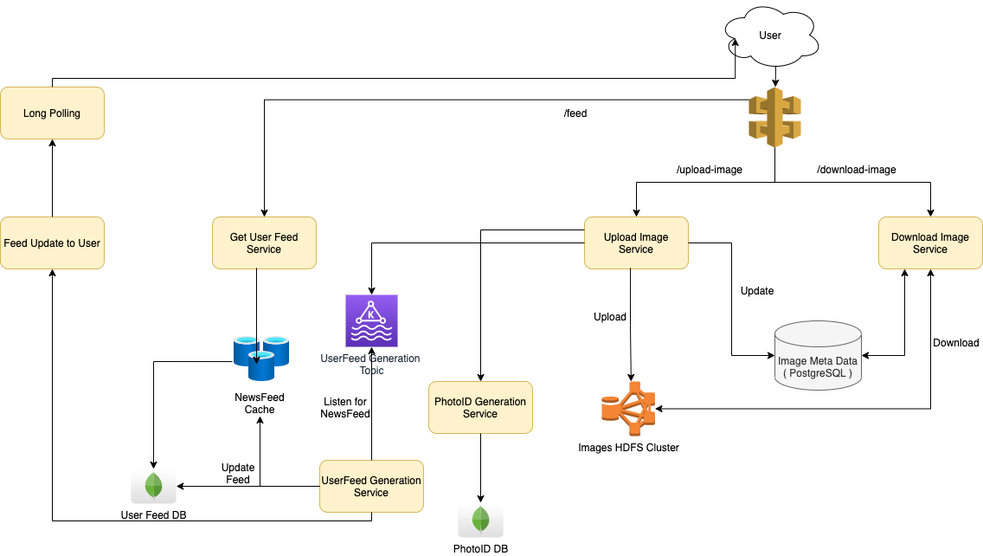
Anshul619/HLD-System-Designs keeps this draw.io diagram as src/3_HLDDesignProblems/InstagramDesign/HLD - Instagram .drawio.png. Above is the earlier version. Source tidied: cells renumbered, new cells last; positions are measured from the earlier drawing's top-left corner, leaving out a move shared by most shapes.
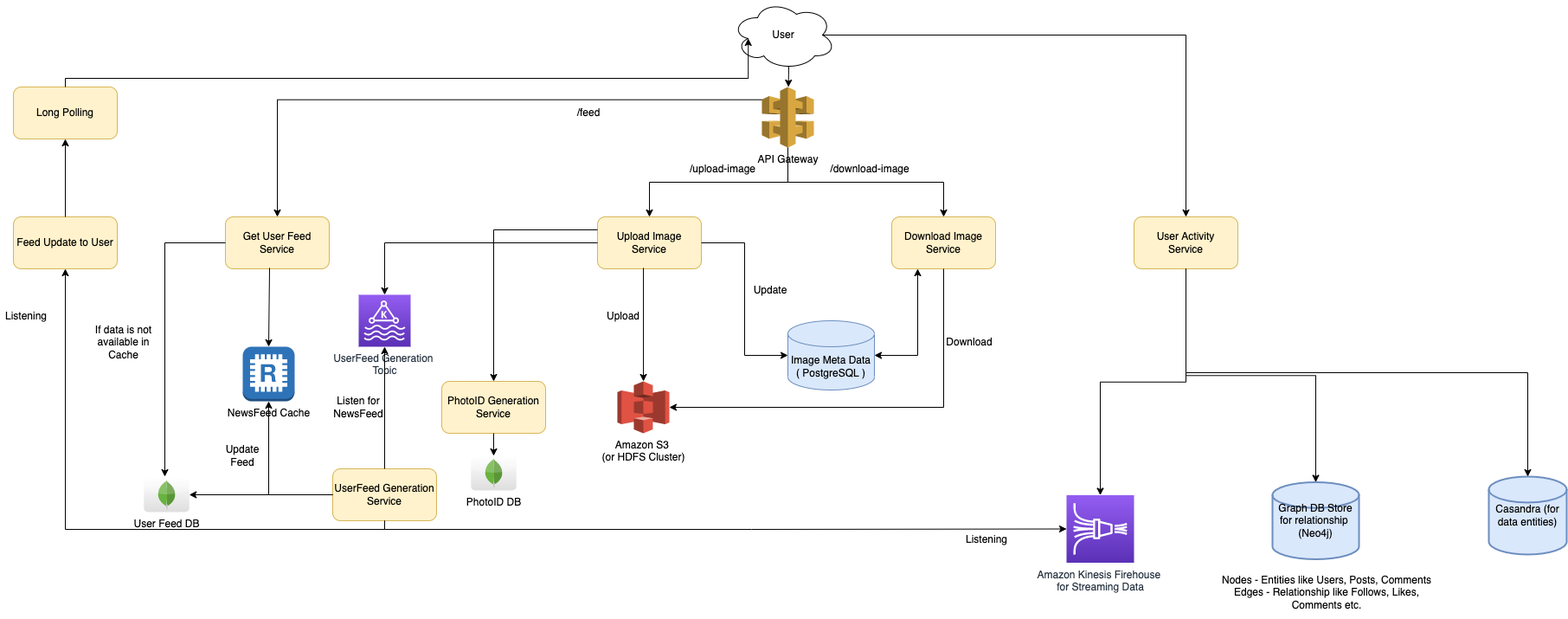
Later version of the same file.

Commit message:
Instagram Design

The edit, as a diff of the source:
```diff
@@ -11,7 +11,7 @@
     <mxCell id="4" value="Download Image Service" style="rounded=1;whiteSpace=wrap;html=1;fillColor=#fff2cc;strokeColor=#d6b656;" parent="1" vertex="1">
       <mxGeometry x="1015" y="250" width="120" height="60" as="geometry" />
     </mxCell>
-    <mxCell id="5" style="outlineConnect=0;dashed=0;verticalLabelPosition=bottom;verticalAlign=top;align=center;html=1;shape=mxgraph.aws3.api_gateway;fillColor=#D9A741;gradientColor=none;" parent="1" vertex="1">
+    <mxCell id="5" value="API Gateway" style="outlineConnect=0;dashed=0;verticalLabelPosition=bottom;verticalAlign=top;align=center;html=1;shape=mxgraph.aws3.api_gateway;fillColor=#D9A741;gradientColor=none;" parent="1" vertex="1">
       <mxGeometry x="865" y="100" width="60" height="70" as="geometry" />
     </mxCell>
     <mxCell id="6" style="endArrow=classic;html=1;rounded=0;exitX=0.55;exitY=0.95;exitDx=0;exitDy=0;exitPerimeter=0;" parent="1" edge="1" source="2" target="5">
@@ -29,22 +29,19 @@
     <mxCell id="10" value="/download-image" style="text;html=1;strokeColor=none;fillColor=none;align=center;verticalAlign=middle;whiteSpace=wrap;rounded=0;" parent="1" vertex="1">
       <mxGeometry x="925" y="180" width="130" height="30" as="geometry" />
     </mxCell>
-    <mxCell id="11" value="Images HDFS Cluster" style="outlineConnect=0;dashed=0;verticalLabelPosition=bottom;verticalAlign=top;align=center;html=1;shape=mxgraph.aws3.hdfs_cluster;fillColor=#F58534;gradientColor=none;" parent="1" vertex="1">
-      <mxGeometry x="695" y="440" width="61.5" height="63" as="geometry" />
-    </mxCell>
-    <mxCell id="12" style="endArrow=classic;html=1;rounded=0;exitX=0.442;exitY=0.983;exitDx=0;exitDy=0;exitPerimeter=0;entryX=0.55;entryY=0;entryDx=0;entryDy=0;entryPerimeter=0;edgeStyle=orthogonalEdgeStyle;" parent="1" edge="1" source="3" target="11">
+    <mxCell id="12" style="endArrow=classic;html=1;rounded=0;exitX=0.442;exitY=0.983;exitDx=0;exitDy=0;exitPerimeter=0;edgeStyle=orthogonalEdgeStyle;" parent="1" edge="1" source="3" target="59">
       <mxGeometry relative="1" as="geometry" />
     </mxCell>
     <mxCell id="13" value="Upload" style="text;html=1;strokeColor=none;fillColor=none;align=center;verticalAlign=middle;whiteSpace=wrap;rounded=0;" parent="1" vertex="1">
       <mxGeometry x="675" y="350" width="60" height="30" as="geometry" />
     </mxCell>
-    <mxCell id="14" style="endArrow=classic;startArrow=classic;html=1;rounded=0;entryX=0.5;entryY=1;entryDx=0;entryDy=0;edgeStyle=orthogonalEdgeStyle;" parent="1" edge="1" source="11" target="4">
+    <mxCell id="14" style="endArrow=none;startArrow=classic;html=1;rounded=0;entryX=0.5;entryY=1;entryDx=0;entryDy=0;edgeStyle=orthogonalEdgeStyle;endFill=0;exitX=1;exitY=0.5;exitDx=0;exitDy=0;exitPerimeter=0;" parent="1" edge="1" source="59" target="4">
       <mxGeometry relative="1" as="geometry" />
     </mxCell>
     <mxCell id="15" value="Download" style="text;html=1;strokeColor=none;fillColor=none;align=center;verticalAlign=middle;whiteSpace=wrap;rounded=0;" parent="1" vertex="1">
       <mxGeometry x="1075" y="380" width="60" height="30" as="geometry" />
     </mxCell>
-    <mxCell id="16" value="Image Meta Data ( PostgreSQL )" style="shape=cylinder3;whiteSpace=wrap;html=1;boundedLbl=1;backgroundOutline=1;size=15;fillColor=#f5f5f5;fontColor=#333333;strokeColor=#666666;" parent="1" vertex="1">
+    <mxCell id="16" value="Image Meta Data ( PostgreSQL )" style="shape=cylinder3;whiteSpace=wrap;html=1;boundedLbl=1;backgroundOutline=1;size=15;fillColor=#dae8fc;strokeColor=#6c8ebf;" parent="1" vertex="1">
       <mxGeometry x="895" y="370" width="100" height="80" as="geometry" />
     </mxCell>
     <mxCell id="17" style="endArrow=classic;html=1;rounded=0;entryX=0;entryY=0.5;entryDx=0;entryDy=0;entryPerimeter=0;edgeStyle=orthogonalEdgeStyle;" parent="1" edge="1" source="3" target="16">
@@ -72,20 +69,14 @@
       <mxGeometry x="495" y="440" width="120" height="60" as="geometry" />
     </mxCell>
     <mxCell id="25" value="&lt;span style=&quot;&quot;&gt;PhotoID DB&lt;/span&gt;" style="dashed=0;outlineConnect=0;html=1;align=center;labelPosition=center;verticalLabelPosition=bottom;verticalAlign=top;shape=mxgraph.webicons.mongodb;gradientColor=#DFDEDE;" parent="1" vertex="1">
-      <mxGeometry x="528.8" y="580" width="52.4" height="40" as="geometry" />
+      <mxGeometry x="528.8" y="526" width="52.4" height="40" as="geometry" />
     </mxCell>
     <mxCell id="26" style="endArrow=classic;html=1;rounded=0;exitX=0.5;exitY=1;exitDx=0;exitDy=0;" parent="1" edge="1" source="24" target="25">
       <mxGeometry relative="1" as="geometry" />
     </mxCell>
-    <mxCell id="27" style="html=1;points=[];align=center;image;fontSize=12;image=img/lib/azure2/databases/Cache_Redis.svg;" parent="1" vertex="1">
-      <mxGeometry x="270" y="388" width="64" height="52" as="geometry" />
-    </mxCell>
-    <mxCell id="28" style="endArrow=classic;html=1;rounded=0;exitX=0.425;exitY=0.983;exitDx=0;exitDy=0;exitPerimeter=0;entryX=0.406;entryY=0.615;entryDx=0;entryDy=0;entryPerimeter=0;" parent="1" edge="1" source="20" target="27">
+    <mxCell id="28" style="endArrow=classic;html=1;rounded=0;exitX=0.425;exitY=0.983;exitDx=0;exitDy=0;exitPerimeter=0;entryX=0.5;entryY=0;entryDx=0;entryDy=0;entryPerimeter=0;" parent="1" edge="1" source="20" target="29">
       <mxGeometry relative="1" as="geometry" />
     </mxCell>
-    <mxCell id="29" value="NewsFeed Cache" style="text;html=1;strokeColor=none;fillColor=none;align=center;verticalAlign=middle;whiteSpace=wrap;rounded=0;" parent="1" vertex="1">
-      <mxGeometry x="270" y="450" width="60" height="30" as="geometry" />
-    </mxCell>
     <mxCell id="30" value="UserFeed Generation &lt;br&gt;Topic" style="sketch=0;points=[[0,0,0],[0.25,0,0],[0.5,0,0],[0.75,0,0],[1,0,0],[0,1,0],[0.25,1,0],[0.5,1,0],[0.75,1,0],[1,1,0],[0,0.25,0],[0,0.5,0],[0,0.75,0],[1,0.25,0],[1,0.5,0],[1,0.75,0]];outlineConnect=0;fontColor=#232F3E;gradientColor=#945DF2;gradientDirection=north;fillColor=#5A30B5;strokeColor=#ffffff;dashed=0;verticalLabelPosition=bottom;verticalAlign=top;align=center;html=1;fontSize=12;fontStyle=0;shape=mxgraph.aws4.resourceIcon;resIcon=mxgraph.aws4.managed_streaming_for_kafka;" parent="1" vertex="1">
       <mxGeometry x="399" y="340" width="60" height="60" as="geometry" />
     </mxCell>
@@ -93,7 +84,7 @@
       <mxGeometry relative="1" as="geometry" />
     </mxCell>
     <mxCell id="32" value="UserFeed Generation Service" style="rounded=1;whiteSpace=wrap;html=1;fillColor=#fff2cc;strokeColor=#d6b656;" parent="1" vertex="1">
-      <mxGeometry x="369" y="531" width="120" height="60" as="geometry" />
+      <mxGeometry x="369" y="541" width="120" height="60" as="geometry" />
     </mxCell>
     <mxCell id="33" style="endArrow=classic;html=1;rounded=0;exitX=0.5;exitY=0;exitDx=0;exitDy=0;" parent="1" edge="1" source="32" target="30">
       <mxGeometry relative="1" as="geometry" />
@@ -101,21 +92,18 @@
     <mxCell id="34" value="Listen for NewsFeed" style="text;html=1;strokeColor=none;fillColor=none;align=center;verticalAlign=middle;whiteSpace=wrap;rounded=0;" parent="1" vertex="1">
       <mxGeometry x="369" y="455" width="60" height="30" as="geometry" />
     </mxCell>
-    <mxCell id="35" style="endArrow=classic;html=1;rounded=0;exitX=0;exitY=0.5;exitDx=0;exitDy=0;entryX=0.5;entryY=1;entryDx=0;entryDy=0;edgeStyle=orthogonalEdgeStyle;" parent="1" edge="1" source="32" target="29">
+    <mxCell id="35" style="endArrow=classic;html=1;rounded=0;exitX=0;exitY=0.5;exitDx=0;exitDy=0;entryX=0.5;entryY=1;entryDx=0;entryDy=0;edgeStyle=orthogonalEdgeStyle;entryPerimeter=0;" parent="1" edge="1" source="32" target="29">
       <mxGeometry relative="1" as="geometry" />
     </mxCell>
     <mxCell id="36" value="Update Feed" style="text;html=1;strokeColor=none;fillColor=none;align=center;verticalAlign=middle;whiteSpace=wrap;rounded=0;" parent="1" vertex="1">
-      <mxGeometry x="245" y="531" width="60" height="30" as="geometry" />
+      <mxGeometry x="235" y="511" width="60" height="30" as="geometry" />
     </mxCell>
     <mxCell id="37" value="User Feed DB" style="dashed=0;outlineConnect=0;html=1;align=center;labelPosition=center;verticalLabelPosition=bottom;verticalAlign=top;shape=mxgraph.webicons.mongodb;gradientColor=#DFDEDE;" parent="1" vertex="1">
-      <mxGeometry x="150.8" y="541" width="52.4" height="40" as="geometry" />
+      <mxGeometry x="150.8" y="551" width="52.4" height="40" as="geometry" />
     </mxCell>
     <mxCell id="38" style="endArrow=classic;html=1;rounded=0;exitX=0;exitY=0.5;exitDx=0;exitDy=0;" parent="1" edge="1" source="32" target="37">
       <mxGeometry relative="1" as="geometry" />
     </mxCell>
-    <mxCell id="39" style="endArrow=classic;html=1;rounded=0;exitX=-0.031;exitY=0.558;exitDx=0;exitDy=0;exitPerimeter=0;edgeStyle=orthogonalEdgeStyle;" parent="1" edge="1" source="27" target="37">
-      <mxGeometry relative="1" as="geometry" />
-    </mxCell>
     <mxCell id="40" style="endArrow=classic;html=1;rounded=0;exitX=0.5;exitY=1;exitDx=0;exitDy=0;edgeStyle=orthogonalEdgeStyle;" parent="1" edge="1" source="32" target="41">
       <mxGeometry relative="1" as="geometry" />
     </mxCell>
@@ -131,5 +119,55 @@
     <mxCell id="44" style="endArrow=classic;html=1;rounded=0;exitX=0.5;exitY=0;exitDx=0;exitDy=0;edgeStyle=orthogonalEdgeStyle;entryX=0.16;entryY=0.55;entryDx=0;entryDy=0;entryPerimeter=0;" parent="1" edge="1" source="42" target="2">
       <mxGeometry relative="1" as="geometry" />
     </mxCell>
+    <mxCell id="45" value="User Activity&lt;br&gt;Service" style="rounded=1;whiteSpace=wrap;html=1;fillColor=#fff2cc;strokeColor=#d6b656;" parent="1" vertex="1">
+      <mxGeometry x="1295" y="250" width="120" height="60" as="geometry" />
+    </mxCell>
+    <mxCell id="46" style="endArrow=classic;html=1;rounded=0;exitX=0.875;exitY=0.5;exitDx=0;exitDy=0;exitPerimeter=0;entryX=0.5;entryY=0;entryDx=0;entryDy=0;edgeStyle=orthogonalEdgeStyle;" parent="1" edge="1" source="2" target="45">
+      <mxGeometry relative="1" as="geometry" />
+    </mxCell>
+    <mxCell id="47" value="Graph DB Store for relationship &lt;br&gt;(Neo4j)" style="strokeWidth=2;html=1;shape=mxgraph.flowchart.database;whiteSpace=wrap;fillColor=#dae8fc;strokeColor=#6c8ebf;" parent="1" vertex="1">
+      <mxGeometry x="1455" y="556.5" width="100" height="89" as="geometry" />
+    </mxCell>
+    <mxCell id="48" style="endArrow=classic;html=1;rounded=0;exitX=0.5;exitY=1;exitDx=0;exitDy=0;entryX=0.5;entryY=0;entryDx=0;entryDy=0;entryPerimeter=0;edgeStyle=orthogonalEdgeStyle;" parent="1" edge="1" source="45" target="47">
+      <mxGeometry relative="1" as="geometry" />
+    </mxCell>
+    <mxCell id="49" style="endArrow=classic;html=1;rounded=0;exitX=0.5;exitY=1;exitDx=0;exitDy=0;entryX=0.5;entryY=0;entryDx=0;entryDy=0;entryPerimeter=0;edgeStyle=orthogonalEdgeStyle;" parent="1" edge="1" source="45" target="56">
+      <mxGeometry relative="1" as="geometry" />
+    </mxCell>
+    <mxCell id="50" style="endArrow=classic;html=1;rounded=0;exitX=0.5;exitY=1;exitDx=0;exitDy=0;edgeStyle=orthogonalEdgeStyle;entryX=0;entryY=0.5;entryDx=0;entryDy=0;entryPerimeter=0;" parent="1" edge="1" source="32" target="56">
+      <mxGeometry relative="1" as="geometry" />
+    </mxCell>
+    <mxCell id="51" value="Listening" style="text;html=1;strokeColor=none;fillColor=none;align=center;verticalAlign=middle;whiteSpace=wrap;rounded=0;" parent="1" vertex="1">
+      <mxGeometry x="-15" y="350" width="60" height="30" as="geometry" />
+    </mxCell>
+    <mxCell id="52" value="Listening" style="text;html=1;strokeColor=none;fillColor=none;align=center;verticalAlign=middle;whiteSpace=wrap;rounded=0;" parent="1" vertex="1">
+      <mxGeometry x="1095" y="608" width="60" height="30" as="geometry" />
+    </mxCell>
+    <mxCell id="53" value="Nodes - Entities like Users, Posts, Comments&lt;br&gt;Edges - Relationship like Follows, Likes, Comments etc." style="text;html=1;strokeColor=none;fillColor=none;align=center;verticalAlign=middle;whiteSpace=wrap;rounded=0;" parent="1" vertex="1">
+      <mxGeometry x="1393" y="654" width="250" height="60" as="geometry" />
+    </mxCell>
+    <mxCell id="54" value="Casandra (for data entities)" style="strokeWidth=2;html=1;shape=mxgraph.flowchart.database;whiteSpace=wrap;fillColor=#dae8fc;strokeColor=#6c8ebf;" parent="1" vertex="1">
+      <mxGeometry x="1705" y="550" width="90" height="90" as="geometry" />
+    </mxCell>
+    <mxCell id="55" style="endArrow=classic;html=1;rounded=0;exitX=0.5;exitY=1;exitDx=0;exitDy=0;entryX=0.5;entryY=0;entryDx=0;entryDy=0;entryPerimeter=0;edgeStyle=orthogonalEdgeStyle;" parent="1" edge="1" source="45" target="54">
+      <mxGeometry relative="1" as="geometry" />
+    </mxCell>
+    <mxCell id="56" value="Amazon Kinesis Firehouse &lt;br&gt;for Streaming Data" style="sketch=0;points=[[0,0,0],[0.25,0,0],[0.5,0,0],[0.75,0,0],[1,0,0],[0,1,0],[0.25,1,0],[0.5,1,0],[0.75,1,0],[1,1,0],[0,0.25,0],[0,0.5,0],[0,0.75,0],[1,0.25,0],[1,0.5,0],[1,0.75,0]];outlineConnect=0;fontColor=#232F3E;gradientColor=#945DF2;gradientDirection=north;fillColor=#5A30B5;strokeColor=#ffffff;dashed=0;verticalLabelPosition=bottom;verticalAlign=top;align=center;html=1;fontSize=12;fontStyle=0;shape=mxgraph.aws4.resourceIcon;resIcon=mxgraph.aws4.kinesis_data_firehose;" parent="1" vertex="1">
+      <mxGeometry x="1217" y="571.5" width="78" height="78" as="geometry" />
+    </mxCell>
+    <mxCell id="29" value="&lt;span style=&quot;&quot;&gt;NewsFeed Cache&lt;/span&gt;" style="outlineConnect=0;dashed=0;verticalLabelPosition=bottom;verticalAlign=top;align=center;html=1;shape=mxgraph.aws3.redis;fillColor=#2E73B8;gradientColor=none;" parent="1" vertex="1">
+      <mxGeometry x="265" y="400" width="60" height="63" as="geometry" />
+    </mxCell>
+    <mxCell id="57" style="endArrow=classic;html=1;rounded=0;exitX=0;exitY=0.5;exitDx=0;exitDy=0;edgeStyle=orthogonalEdgeStyle;" parent="1" edge="1" source="20">
+      <mxGeometry relative="1" as="geometry">
+        <mxPoint x="175" y="550" as="targetPoint" />
+      </mxGeometry>
+    </mxCell>
+    <mxCell id="58" value="If data is not available in Cache" style="text;html=1;strokeColor=none;fillColor=none;align=center;verticalAlign=middle;whiteSpace=wrap;rounded=0;" parent="1" vertex="1">
+      <mxGeometry x="85" y="375" width="85" height="40" as="geometry" />
+    </mxCell>
+    <mxCell id="59" value="Amazon S3 &lt;br&gt;(or HDFS Cluster)" style="outlineConnect=0;dashed=0;verticalLabelPosition=bottom;verticalAlign=top;align=center;html=1;shape=mxgraph.aws3.s3;fillColor=#E05243;gradientColor=none;" parent="1" vertex="1">
+      <mxGeometry x="698" y="440" width="60" height="60" as="geometry" />
+    </mxCell>
   </root>
 </mxGraphModel>
```
